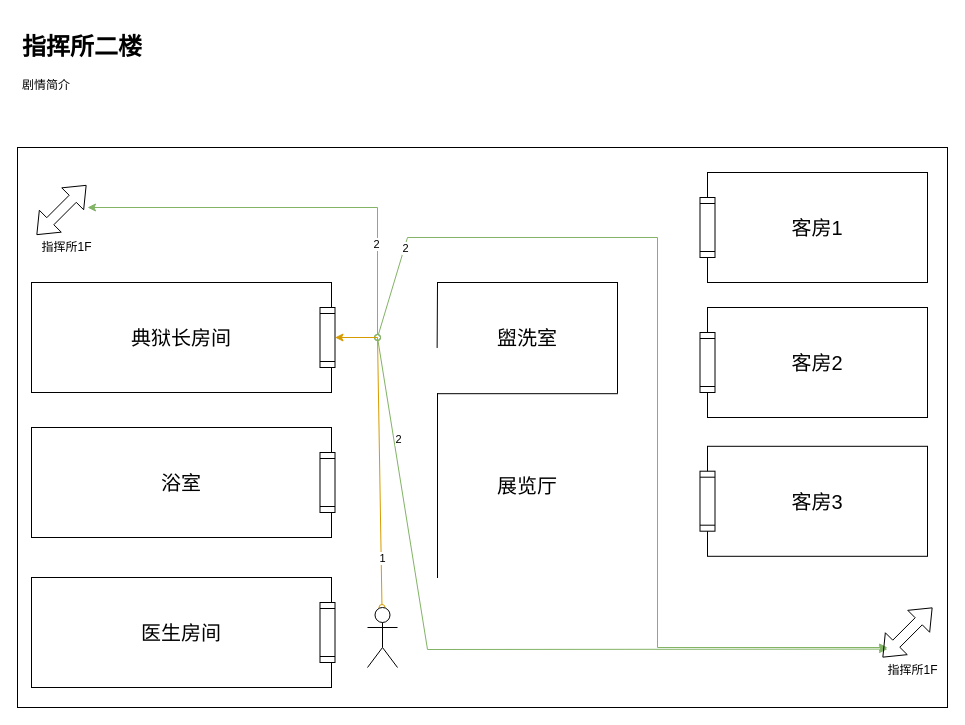
Earlier version of the draw.io diagram page "关卡平面图" (2 of 2) of Tools/LevelDesignUML/LevelDesignUML_EP_01.drawio (kwh3884858/Hippocampus). Source tidied: cells renumbered, new cells numbered last; positions are measured from the earlier drawing's top-left corner, leaving out a move shared by most shapes. Both pictures are drawn from the tidied source at 100%, with x=0, y=0 at pixel (17, 27).
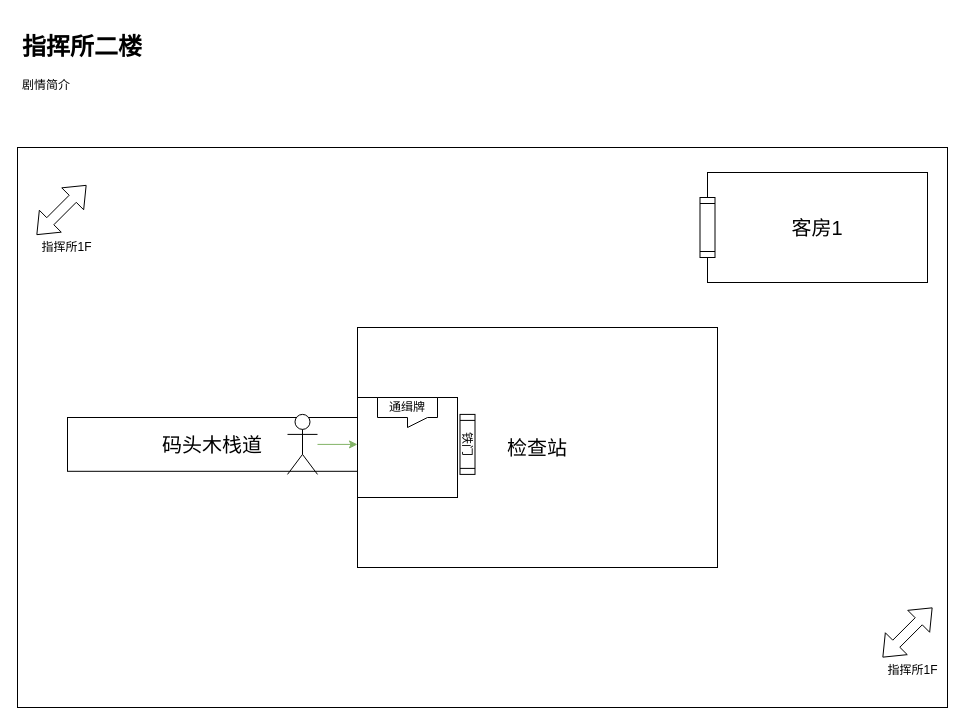
Above is the later version.

Change to the diagram source:
```diff
@@
-    <mxCell id="3" style="edgeStyle=none;rounded=0;orthogonalLoop=1;jettySize=auto;html=1;startArrow=oval;startFill=0;fillColor=#d5e8d4;strokeColor=#82b366;" parent="1" edge="1">
-      <mxGeometry relative="1" as="geometry">
-        <mxPoint x="360" y="310" as="sourcePoint" />
-        <mxPoint x="70" y="180" as="targetPoint" />
-        <Array as="points">
-          <mxPoint x="360" y="180" />
-        </Array>
-      </mxGeometry>
-    </mxCell>
-    <mxCell id="4" value="2" style="edgeLabel;html=1;align=center;verticalAlign=middle;" parent="3" vertex="1">
-      <mxGeometry x="-0.55" y="2" relative="1" as="geometry" />
-    </mxCell>
-    <mxCell id="5" style="edgeStyle=none;rounded=0;orthogonalLoop=1;jettySize=auto;html=1;startArrow=oval;startFill=0;fillColor=#d5e8d4;strokeColor=#82b366;" parent="1" edge="1">
-      <mxGeometry relative="1" as="geometry">
-        <mxPoint x="360" y="310" as="sourcePoint" />
-        <mxPoint x="870" y="621.6" as="targetPoint" />
-        <Array as="points">
-          <mxPoint x="410" y="622" />
-        </Array>
-      </mxGeometry>
-    </mxCell>
-    <mxCell id="6" value="2" style="edgeLabel;html=1;align=center;verticalAlign=middle;" parent="5" vertex="1">
-      <mxGeometry x="-0.65" y="2" relative="1" as="geometry">
-        <mxPoint x="-3.2" y="-32" as="offset" />
-      </mxGeometry>
-    </mxCell>
-    <mxCell id="7" style="edgeStyle=none;rounded=0;orthogonalLoop=1;jettySize=auto;html=1;startArrow=oval;startFill=0;fillColor=#d5e8d4;strokeColor=#82b366;" parent="1" edge="1">
-      <mxGeometry relative="1" as="geometry">
-        <mxPoint x="360" y="310" as="sourcePoint" />
-        <mxPoint x="870" y="620" as="targetPoint" />
-        <Array as="points">
-          <mxPoint x="390" y="210" />
-          <mxPoint x="640" y="210" />
-          <mxPoint x="640" y="620" />
-        </Array>
-      </mxGeometry>
-    </mxCell>
-    <mxCell id="8" value="2" style="edgeLabel;html=1;align=center;verticalAlign=middle;" parent="7" vertex="1">
-      <mxGeometry x="-0.81" y="-1" relative="1" as="geometry" />
-    </mxCell>
-    <mxCell id="9" value="&lt;span style=&quot;font-size: 20px&quot;&gt;典狱长房间&lt;/span&gt;" style="rounded=0;whiteSpace=wrap;html=1;" parent="1" vertex="1">
-      <mxGeometry x="14" y="255" width="300" height="110" as="geometry" />
+    <mxCell id="9" value="&lt;span style=&quot;font-size: 20px&quot;&gt;码头木栈道&lt;/span&gt;" style="rounded=0;whiteSpace=wrap;html=1;" parent="1" vertex="1">
+      <mxGeometry x="50" y="390" width="290" height="53.8" as="geometry" />
     </mxCell>
-    <mxCell id="10" value="&lt;span style=&quot;font-size: 20px&quot;&gt;浴室&lt;/span&gt;" style="rounded=0;whiteSpace=wrap;html=1;" parent="1" vertex="1">
-      <mxGeometry x="14" y="400" width="300" height="110" as="geometry" />
-    </mxCell>
-    <mxCell id="11" value="&lt;font style=&quot;font-size: 20px&quot;&gt;医生房间&lt;/font&gt;" style="rounded=0;whiteSpace=wrap;html=1;" parent="1" vertex="1">
-      <mxGeometry x="14" y="550" width="300" height="110" as="geometry" />
-    </mxCell>
-    <mxCell id="12" style="shape=process;whiteSpace=wrap;html=1;backgroundOutline=1;rotation=90;" parent="1" vertex="1">
-      <mxGeometry x="280" y="302.5" width="60" height="15" as="geometry" />
-    </mxCell>
-    <mxCell id="13" style="shape=process;whiteSpace=wrap;html=1;backgroundOutline=1;rotation=90;" parent="1" vertex="1">
-      <mxGeometry x="280" y="447.5" width="60" height="15" as="geometry" />
-    </mxCell>
-    <mxCell id="14" style="shape=process;whiteSpace=wrap;html=1;backgroundOutline=1;rotation=90;" parent="1" vertex="1">
-      <mxGeometry x="280" y="597.5" width="60" height="15" as="geometry" />
-    </mxCell>
-    <mxCell id="15" value="&lt;span style=&quot;font-size: 20px&quot;&gt;展览厅&lt;/span&gt;" style="shape=partialRectangle;whiteSpace=wrap;html=1;bottom=0;right=0;fillColor=none;" parent="1" vertex="1">
-      <mxGeometry x="420" y="366.2" width="180" height="183.8" as="geometry" />
-    </mxCell>
@@
-    <mxCell id="18" value="&lt;span style=&quot;font-size: 20px&quot;&gt;客房2&lt;/span&gt;" style="rounded=0;whiteSpace=wrap;html=1;" parent="1" vertex="1">
-      <mxGeometry x="690" y="280" width="220" height="110" as="geometry" />
+    <mxCell id="18" value="&lt;span style=&quot;font-size: 20px&quot;&gt;检查站&lt;/span&gt;" style="rounded=0;whiteSpace=wrap;html=1;" parent="1" vertex="1">
+      <mxGeometry x="340" y="300" width="360" height="240" as="geometry" />
     </mxCell>
-    <mxCell id="19" style="shape=process;whiteSpace=wrap;html=1;backgroundOutline=1;rotation=90;" parent="1" vertex="1">
-      <mxGeometry x="660" y="327.5" width="60" height="15" as="geometry" />
+    <mxCell id="19" value="铁门" style="shape=process;whiteSpace=wrap;html=1;backgroundOutline=1;rotation=90;" parent="1" vertex="1">
+      <mxGeometry x="420" y="409.4" width="60" height="15" as="geometry" />
     </mxCell>
-    <mxCell id="20" value="&lt;span style=&quot;font-size: 20px&quot;&gt;客房3&lt;/span&gt;" style="rounded=0;whiteSpace=wrap;html=1;" parent="1" vertex="1">
-      <mxGeometry x="690" y="418.8" width="220" height="110" as="geometry" />
+    <mxCell id="20" style="rounded=0;whiteSpace=wrap;html=1;" parent="1" vertex="1">
+      <mxGeometry x="340" y="370" width="100" height="100" as="geometry" />
     </mxCell>
-    <mxCell id="21" style="shape=process;whiteSpace=wrap;html=1;backgroundOutline=1;rotation=90;" parent="1" vertex="1">
-      <mxGeometry x="660" y="466.2" width="60" height="15" as="geometry" />
-    </mxCell>
-    <mxCell id="22" value="&lt;span style=&quot;font-size: 20px&quot;&gt;盥洗室&lt;/span&gt;" style="shape=partialRectangle;whiteSpace=wrap;html=1;bottom=0;right=0;fillColor=none;rotation=0;direction=south;" parent="1" vertex="1">
-      <mxGeometry x="420" y="255" width="180" height="110" as="geometry" />
-    </mxCell>
-    <mxCell id="23" style="endArrow=none;html=1;entryX=0;entryY=1;entryDx=0;entryDy=0;exitX=0.595;exitY=1.002;exitDx=0;exitDy=0;exitPerimeter=0;" parent="1" edge="1" source="22" target="22">
-      <mxGeometry relative="1" as="geometry" />
-    </mxCell>
@@
-    <mxCell id="29" style="edgeStyle=none;rounded=0;jettySize=auto;html=1;entryX=0.5;entryY=0;entryDx=0;entryDy=0;startArrow=oval;startFill=0;fillColor=#ffe6cc;strokeColor=#d79b00;" parent="1" edge="1" source="31" target="12">
-      <mxGeometry relative="1" as="geometry">
-        <Array as="points">
-          <mxPoint x="360" y="310" />
-        </Array>
-      </mxGeometry>
-    </mxCell>
-    <mxCell id="30" value="1" style="edgeLabel;html=1;align=center;verticalAlign=middle;" parent="29" vertex="1">
-      <mxGeometry x="-0.42" y="1" relative="1" as="geometry">
-        <mxPoint x="3" y="41" as="offset" />
-      </mxGeometry>
-    </mxCell>
     <mxCell id="31" style="shape=umlActor;verticalLabelPosition=bottom;verticalAlign=top;html=1;outlineConnect=0;" parent="1" vertex="1">
-      <mxGeometry x="350" y="580" width="30" height="60" as="geometry" />
+      <mxGeometry x="270" y="386.9" width="30" height="60" as="geometry" />
     </mxCell>
+    <mxCell id="32" value="通缉牌" style="shape=callout;whiteSpace=wrap;html=1;perimeter=calloutPerimeter;position2=0.5;size=10;position=0.5;" parent="1" vertex="1">
+      <mxGeometry x="360" y="370" width="60" height="30" as="geometry" />
+    </mxCell>
+    <mxCell id="33" style="endArrow=classic;html=1;entryX=1;entryY=0.5;entryDx=0;entryDy=0;fillColor=#d5e8d4;strokeColor=#82b366;" parent="1" edge="1" source="31" target="9">
+      <mxGeometry relative="1" as="geometry" />
+    </mxCell>
```
